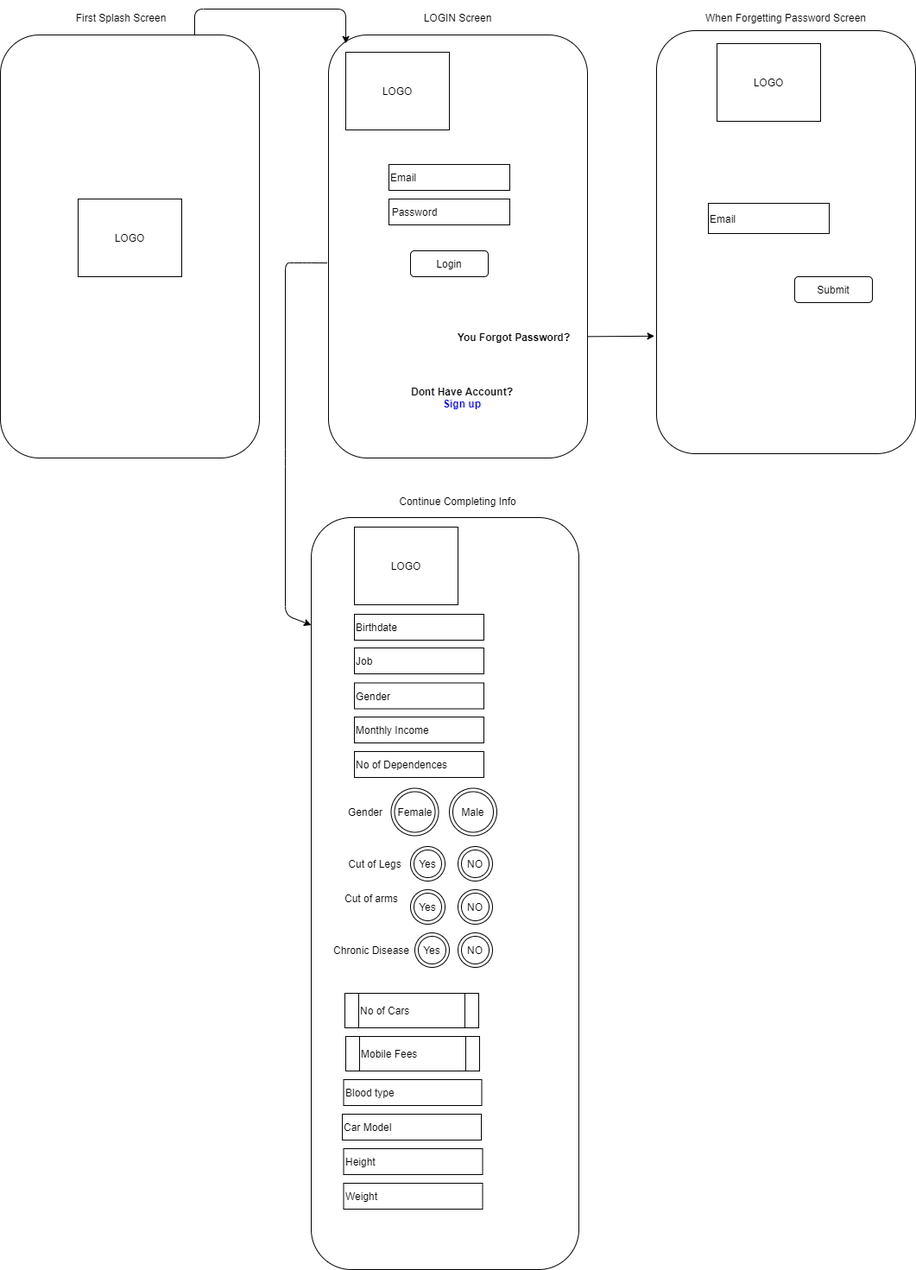
abdelrahmanbonna/Healthy_Shield_Analysis keeps this draw.io diagram as User's Path Wireframe.png. Above is the earlier version. Source tidied: cells renumbered, new cells last; positions are measured from the earlier drawing's top-left corner, leaving out a move shared by most shapes.
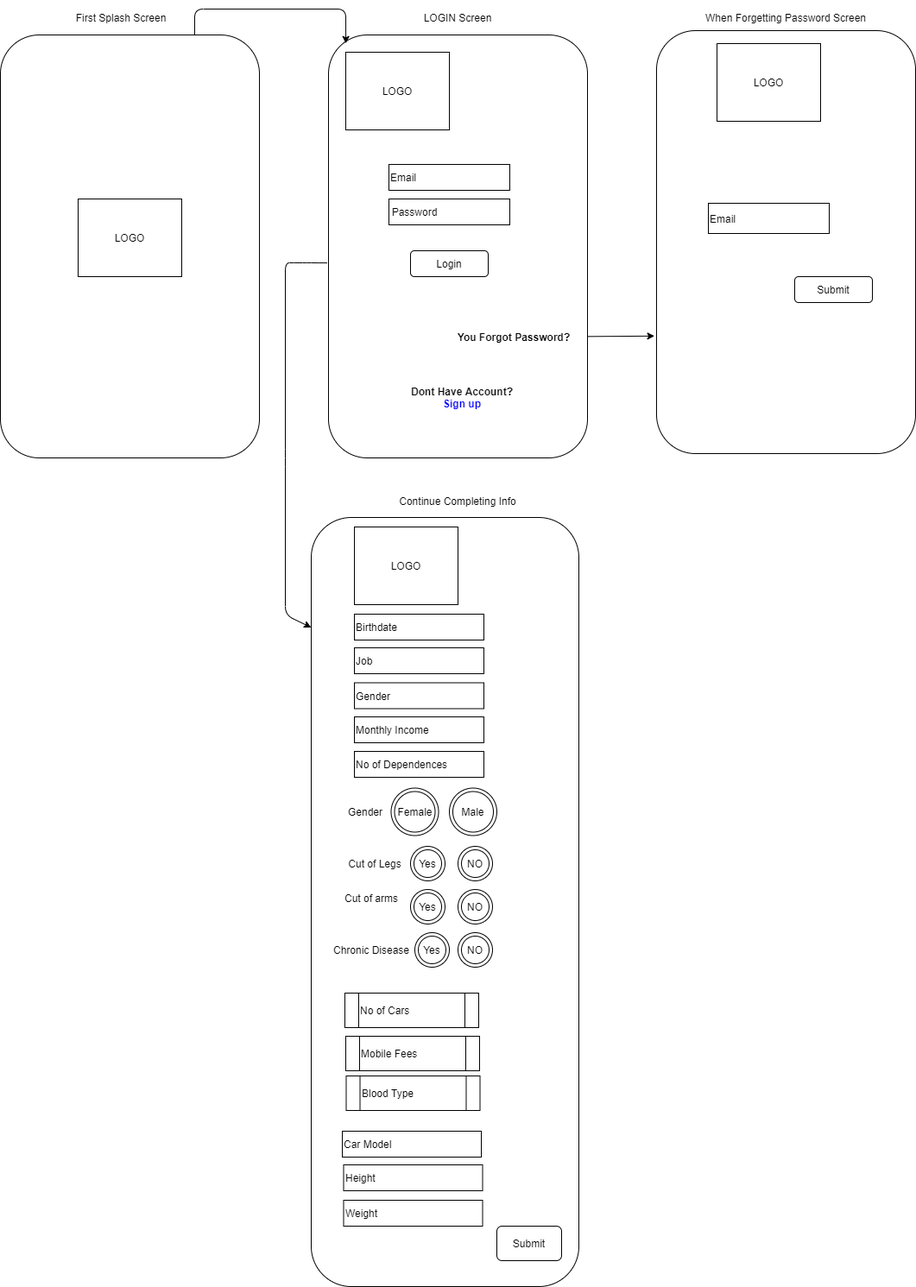
After the change.

Commit message:
some edits on the eleventh screen in user's path

What changed in the source:
```diff
@@ -68,7 +68,7 @@
       <mxGeometry x="920" y="320" width="90" height="30" as="geometry" />
     </mxCell>
     <mxCell id="22" style="rounded=1;whiteSpace=wrap;html=1;" parent="1" vertex="1">
-      <mxGeometry x="360" y="599" width="310" height="871" as="geometry" />
+      <mxGeometry x="360" y="599" width="310" height="891" as="geometry" />
     </mxCell>
     <mxCell id="23" style="endArrow=classic;html=1;exitX=-0.005;exitY=0.539;exitDx=0;exitDy=0;exitPerimeter=0;entryX=0;entryY=0.143;entryDx=0;entryDy=0;entryPerimeter=0;" parent="1" edge="1" source="5" target="22">
       <mxGeometry relative="1" as="geometry">
@@ -102,20 +102,17 @@
     <mxCell id="30" value="Gender" style="text;html=1;strokeColor=none;fillColor=none;align=center;verticalAlign=middle;whiteSpace=wrap;rounded=0;" parent="1" vertex="1">
       <mxGeometry x="402.5" y="930" width="40" height="20" as="geometry" />
     </mxCell>
-    <mxCell id="31" value="Blood type" style="rounded=0;whiteSpace=wrap;html=1;align=left;" parent="1" vertex="1">
-      <mxGeometry x="397.5" y="1250" width="160" height="30" as="geometry" />
-    </mxCell>
     <mxCell id="32" value="Car Model" style="rounded=0;whiteSpace=wrap;html=1;align=left;" parent="1" vertex="1">
-      <mxGeometry x="396" y="1290" width="161" height="30" as="geometry" />
+      <mxGeometry x="396" y="1310" width="161" height="30" as="geometry" />
     </mxCell>
     <mxCell id="33" value="Job" style="rounded=0;whiteSpace=wrap;html=1;align=left;" parent="1" vertex="1">
       <mxGeometry x="410" y="750" width="150" height="30" as="geometry" />
     </mxCell>
     <mxCell id="34" value="Height" style="rounded=0;whiteSpace=wrap;html=1;align=left;" parent="1" vertex="1">
-      <mxGeometry x="397.5" y="1330" width="161" height="30" as="geometry" />
+      <mxGeometry x="397.5" y="1349" width="161" height="30" as="geometry" />
     </mxCell>
     <mxCell id="35" value="Weight" style="rounded=0;whiteSpace=wrap;html=1;align=left;" parent="1" vertex="1">
-      <mxGeometry x="397.5" y="1370" width="161" height="30" as="geometry" />
+      <mxGeometry x="397.5" y="1390" width="161" height="30" as="geometry" />
     </mxCell>
     <mxCell id="36" value="Cut of Legs" style="text;html=1;strokeColor=none;fillColor=none;align=center;verticalAlign=middle;whiteSpace=wrap;rounded=0;" parent="1" vertex="1">
       <mxGeometry x="399" y="990" width="70" height="20" as="geometry" />
@@ -156,5 +153,11 @@
     <mxCell id="48" value="Chronic Disease" style="text;html=1;strokeColor=none;fillColor=none;align=center;verticalAlign=middle;whiteSpace=wrap;rounded=0;" parent="1" vertex="1">
       <mxGeometry x="380" y="1090" width="100" height="20" as="geometry" />
     </mxCell>
+    <mxCell id="49" value="Submit" style="rounded=1;whiteSpace=wrap;html=1;" parent="1" vertex="1">
+      <mxGeometry x="575" y="1420" width="75" height="40" as="geometry" />
+    </mxCell>
+    <mxCell id="50" value="Blood Type" style="shape=process;whiteSpace=wrap;html=1;backgroundOutline=1;align=left;" parent="1" vertex="1">
+      <mxGeometry x="400.5" y="1246" width="155" height="40" as="geometry" />
+    </mxCell>
   </root>
 </mxGraphModel>
```
